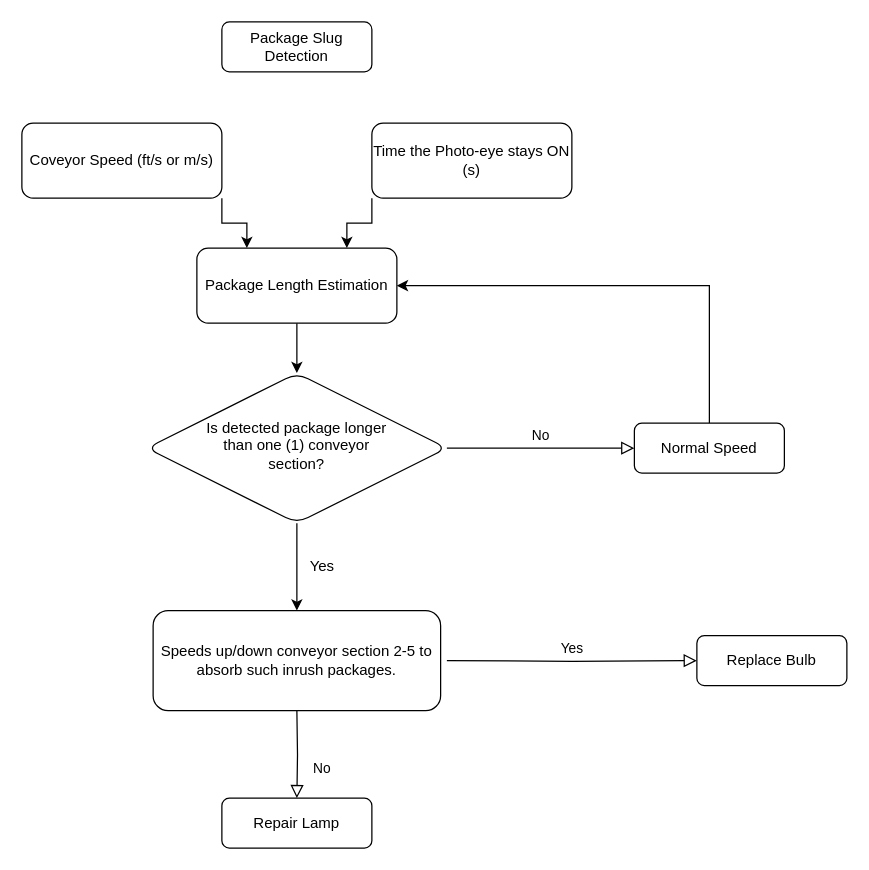
Before: Process WorkFlows.drawio in bactran1/AMZ-FlowControl, a draw.io diagram. Source tidied: cells renumbered, new cells numbered last; positions are measured from the earlier drawing's top-left corner, leaving out a move shared by most shapes. Both pictures are drawn from the tidied source at 125%, with x=0, y=0 at pixel (21, 21).
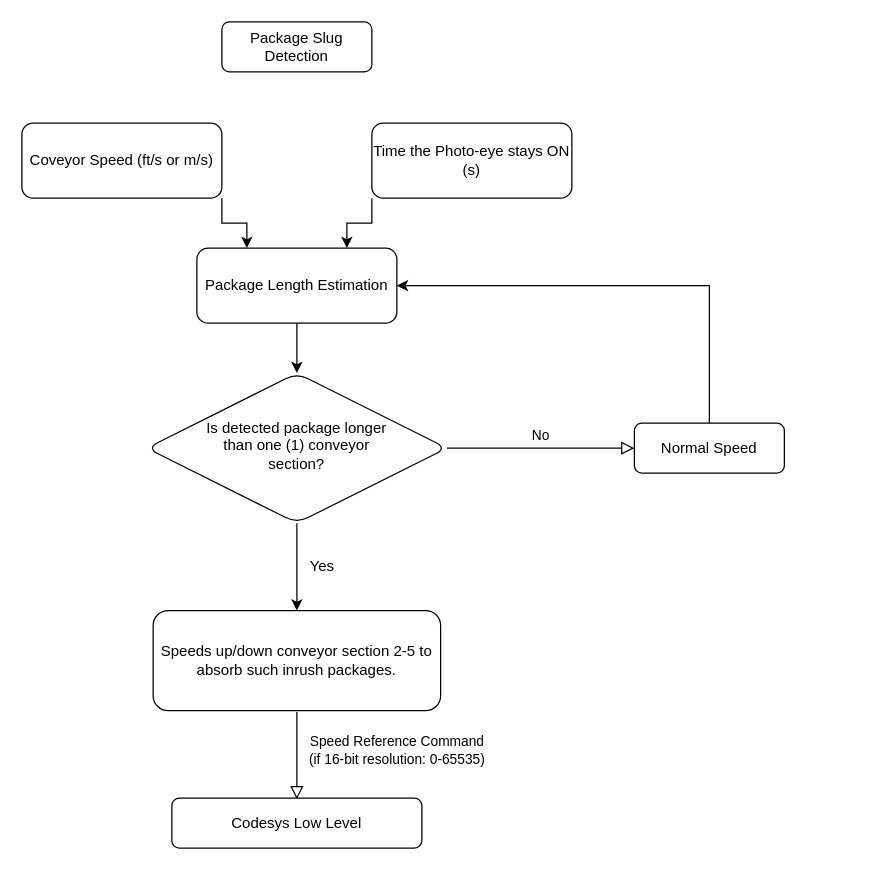
The same diagram, later.

Diff of the diagram source:
```diff
@@
-    <mxCell id="8" value="No" style="rounded=0;html=1;jettySize=auto;fontSize=11;endArrow=block;endFill=0;endSize=8;strokeWidth=1;shadow=0;labelBackgroundColor=none;edgeStyle=orthogonalEdgeStyle;" parent="1" edge="1" target="10">
-      <mxGeometry x="0.33" y="20" relative="1" as="geometry">
-        <mxPoint x="220" y="551" as="sourcePoint" />
+    <mxCell id="8" value="Speed Reference Command &lt;br&gt;(if 16-bit resolution: 0-65535)" style="rounded=0;html=1;jettySize=auto;orthogonalLoop=1;fontSize=11;endArrow=block;endFill=0;endSize=8;strokeWidth=1;shadow=0;labelBackgroundColor=none;edgeStyle=orthogonalEdgeStyle;" parent="1" edge="1">
+      <mxGeometry x="-0.12" y="80" relative="1" as="geometry">
+        <mxPoint x="220" y="552" as="sourcePoint" />
+        <mxPoint x="220" y="622" as="targetPoint" />
       </mxGeometry>
     </mxCell>
-    <mxCell id="9" value="Yes" style="edgeStyle=orthogonalEdgeStyle;rounded=0;html=1;jettySize=auto;fontSize=11;endArrow=block;endFill=0;endSize=8;strokeWidth=1;shadow=0;labelBackgroundColor=none;" parent="1" edge="1" target="11">
-      <mxGeometry y="10" relative="1" as="geometry">
-        <mxPoint x="340" y="511" as="sourcePoint" />
-      </mxGeometry>
-    </mxCell>
-    <mxCell id="10" value="Repair Lamp" style="rounded=1;whiteSpace=wrap;html=1;fontSize=12;glass=0;strokeWidth=1;shadow=0;" parent="1" vertex="1">
-      <mxGeometry x="160" y="621" width="120" height="40" as="geometry" />
+    <mxCell id="10" value="Codesys Low Level" style="rounded=1;whiteSpace=wrap;html=1;fontSize=12;glass=0;strokeWidth=1;shadow=0;" parent="1" vertex="1">
+      <mxGeometry x="120" y="621" width="200" height="40" as="geometry" />
     </mxCell>
-    <mxCell id="11" value="Replace Bulb" style="rounded=1;whiteSpace=wrap;html=1;fontSize=12;glass=0;strokeWidth=1;shadow=0;" parent="1" vertex="1">
-      <mxGeometry x="540" y="491" width="120" height="40" as="geometry" />
-    </mxCell>
```
